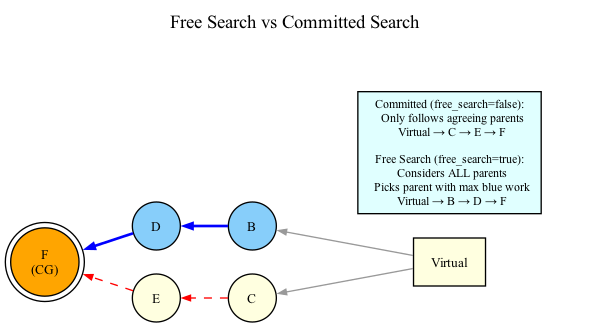
coderofstuff/dk-wiki keeps this Graphviz diagram as png/04-free-vs-committed.png. Above is the earlier version. Its source is kept beside it as dot/04-free-vs-committed.dot.
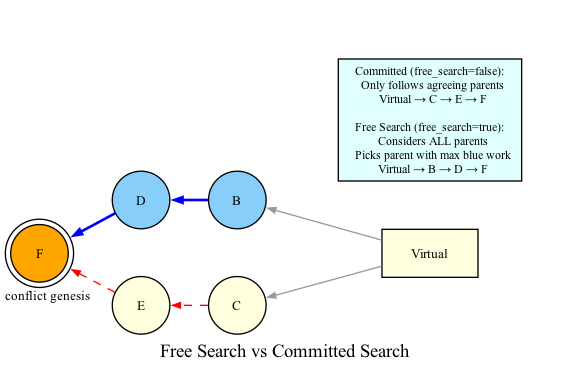
After the change.

The edit, as a diff of the source:
```diff
@@ -1,18 +1,19 @@
 digraph free_vs_committed {
     rankdir=RL;
-    node [shape=circle, style=filled, fontsize=10];
+    nodesep=0.5;
+    ranksep=0.4;
+    node [shape=circle, style=filled, fontsize=10, width=0.6, height=0.6];
     edge [arrowsize=0.6, color=gray60];
 
     label="Free Search vs Committed Search";
-    labelloc=t;
 
-    V [label="Virtual", fillcolor=lightyellow, shape=box];
+    V [label="Virtual", fillcolor=lightyellow, shape=box, width=1.0, height=0.5];
 
     B [label="B", fillcolor=lightskyblue];
     C [label="C", fillcolor=lightyellow];
     D [label="D", fillcolor=lightskyblue];
     E [label="E", fillcolor=lightyellow];
-    F [label="F\n(CG)", fillcolor=orange, shape=doublecircle];
+    F [label="F", fillcolor=orange, shape=doublecircle, xlabel="conflict genesis"];
 
     V -> B;
     V -> C;
```
